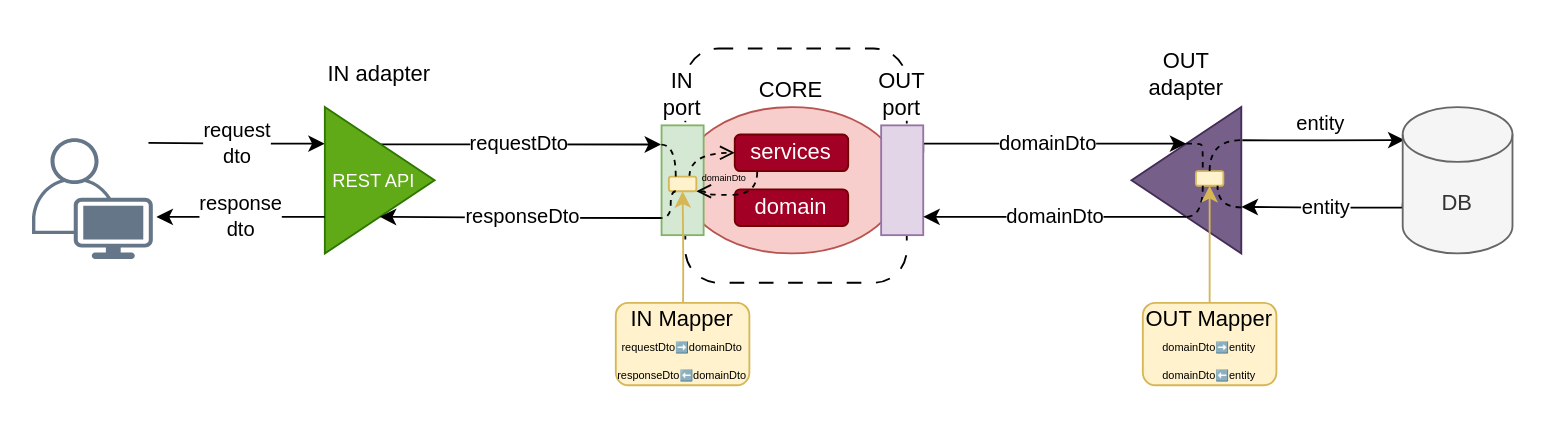
PreCyz/hexagonal keeps this draw.io diagram as diagrams/hexagonal.drawio. Above is the earlier version. Source tidied: cells renumbered, new cells numbered last; positions are measured from the earlier drawing's top-left corner, leaving out a move shared by most shapes. Both pictures are drawn from the tidied source at 183%, with x=0, y=0 at pixel (31, 48).
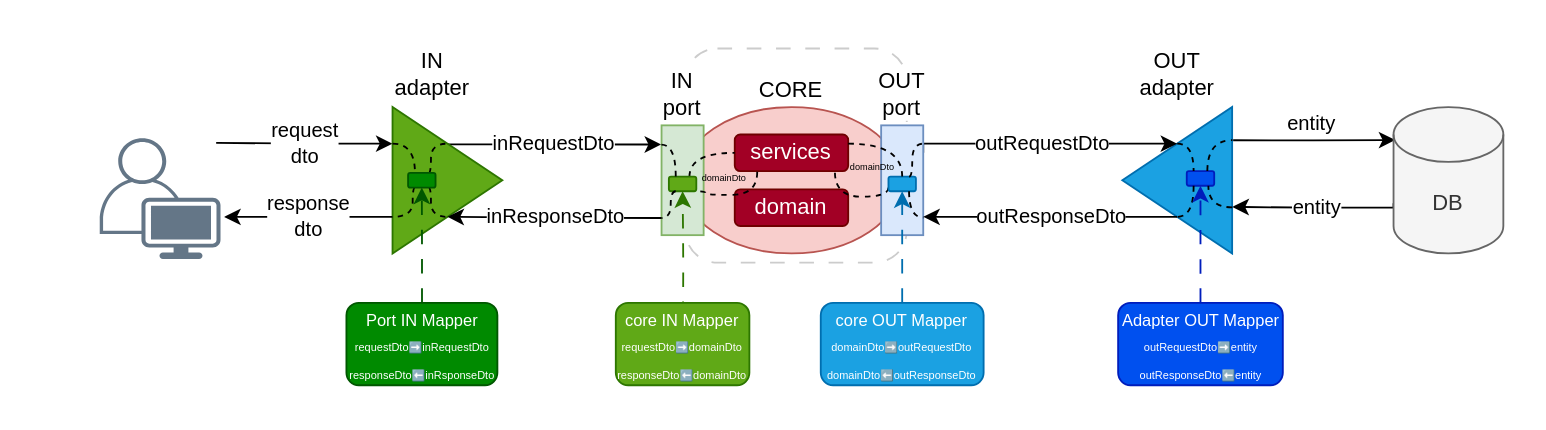
After the change.

The change refers to these unchanged cells:
```xml
<mxCell id="7" value="IN port" style="rounded=0;whiteSpace=wrap;html=1;verticalAlign=bottom;labelPosition=center;verticalLabelPosition=top;align=center;fillColor=#d5e8d4;strokeColor=#82b366;labelBackgroundColor=default;" parent="1" vertex="1">
  <mxGeometry x="344" y="42" width="23" height="60" as="geometry" />
</mxCell>
<mxCell id="17" value="services" style="rounded=1;whiteSpace=wrap;html=1;fillColor=#a20025;fontColor=#ffffff;strokeColor=#6F0000;" parent="1" vertex="1">
  <mxGeometry x="384" y="47" width="62" height="20" as="geometry" />
</mxCell>
```

What changed in the source:
```diff
@@
+    <mxCell id="37" style="rounded=0;whiteSpace=wrap;html=1;strokeColor=none;" parent="1" vertex="1">
+      <mxGeometry x="30" y="-9" width="781" height="201" as="geometry" />
+    </mxCell>
-    <mxCell id="2" style="rounded=1;whiteSpace=wrap;html=1;dashed=1;dashPattern=8 8;" parent="1" vertex="1">
-      <mxGeometry x="357" width="121" height="128" as="geometry" />
+    <mxCell id="2" style="rounded=1;whiteSpace=wrap;html=1;dashed=1;dashPattern=8 8;strokeColor=#CCCCCC;" parent="1" vertex="1">
+      <mxGeometry x="357" width="121" height="117" as="geometry" />
     </mxCell>
@@
-    <mxCell id="4" value="requestDto" style="edgeStyle=orthogonalEdgeStyle;rounded=0;jettySize=auto;html=1;entryX=-0.009;entryY=0.174;entryDx=0;entryDy=0;exitX=0.5;exitY=0;exitDx=0;exitDy=0;entryPerimeter=0;" parent="1" edge="1" source="5" target="7">
+    <mxCell id="4" value="inRequestDto" style="edgeStyle=orthogonalEdgeStyle;rounded=0;jettySize=auto;html=1;entryX=-0.009;entryY=0.174;entryDx=0;entryDy=0;exitX=0.5;exitY=0;exitDx=0;exitDy=0;entryPerimeter=0;" parent="1" edge="1" source="5" target="7">
       <mxGeometry x="-0.01" relative="1" as="geometry">
         <Array as="points">
           <mxPoint x="344" y="52" />
         </Array>
       </mxGeometry>
     </mxCell>
-    <mxCell id="5" value="REST API" style="triangle;whiteSpace=wrap;html=1;fillColor=#60a917;strokeColor=#2D7600;verticalAlign=middle;labelPosition=center;verticalLabelPosition=middle;align=center;fontColor=#FFFFFF;fontSize=10;spacingLeft=-6;" parent="1" vertex="1">
-      <mxGeometry x="160" y="32" width="60" height="80" as="geometry" />
+    <mxCell id="5" style="triangle;whiteSpace=wrap;html=1;fillColor=#60a917;strokeColor=#2D7600;verticalAlign=middle;labelPosition=center;verticalLabelPosition=middle;align=center;fontColor=#FFFFFF;fontSize=10;spacingLeft=-6;" parent="1" vertex="1">
+      <mxGeometry x="197" y="32" width="60" height="80" as="geometry" />
     </mxCell>
@@
     <mxCell id="8" style="group;" parent="1" vertex="1">
-      <mxGeometry x="600.8" y="4" width="60" height="108" as="geometry" />
+      <mxGeometry x="595.8" y="4" width="60" height="108" as="geometry" />
     </mxCell>
-    <mxCell id="9" style="verticalLabelPosition=bottom;verticalAlign=top;html=1;shape=mxgraph.basic.acute_triangle;dx=0.5;rotation=270;horizontal=1;fillColor=#76608a;strokeColor=#432D57;fontColor=#ffffff;" parent="8" vertex="1">
+    <mxCell id="9" style="verticalLabelPosition=bottom;verticalAlign=top;html=1;shape=mxgraph.basic.acute_triangle;dx=0.5;rotation=270;horizontal=1;fillColor=#1ba1e2;strokeColor=#006EAF;fontColor=#ffffff;" parent="8" vertex="1">
       <mxGeometry x="-10" y="38" width="80" height="60" as="geometry" />
     </mxCell>
@@
-    <mxCell id="11" style="rounded=1;whiteSpace=wrap;html=1;fillColor=#fff2cc;strokeColor=#d6b656;" parent="8" vertex="1">
+    <mxCell id="11" style="rounded=1;whiteSpace=wrap;html=1;fillColor=#0050ef;strokeColor=#001DBC;fontColor=#ffffff;" parent="8" vertex="1">
       <mxGeometry x="35.2" y="63" width="15" height="8" as="geometry" />
     </mxCell>
-    <mxCell id="12" style="edgeStyle=orthogonalEdgeStyle;curved=1;rounded=0;jettySize=auto;html=1;exitX=0;exitY=0;exitDx=60;exitDy=30;exitPerimeter=0;entryX=0.25;entryY=0;entryDx=0;entryDy=0;dashed=1;endArrow=none;endFill=0;fontSize=6;" parent="8" edge="1" source="9" target="11">
-      <mxGeometry x="0.13" y="-4" relative="1" as="geometry">
-        <Array as="points">
-          <mxPoint x="38" y="48" />
-          <mxPoint x="39" y="49" />
-        </Array>
-      </mxGeometry>
+    <mxCell id="12" style="rounded=0;jettySize=auto;html=1;exitX=0;exitY=0;exitDx=60;exitDy=30;exitPerimeter=0;entryX=0.25;entryY=0;entryDx=0;entryDy=0;dashed=1;endArrow=none;endFill=0;fontSize=6;edgeStyle=orthogonalEdgeStyle;curved=1;" parent="8" edge="1" source="9" target="11">
+      <mxGeometry x="0.13" y="-4" relative="1" as="geometry" />
     </mxCell>
-    <mxCell id="13" style="edgeStyle=orthogonalEdgeStyle;rounded=0;jettySize=auto;html=1;exitX=0.5;exitY=0;exitDx=0;exitDy=0;entryX=0.774;entryY=1.002;entryDx=0;entryDy=0;entryPerimeter=0;curved=1;dashed=1;endArrow=none;endFill=0;" parent="8" edge="1" source="11" target="9">
+    <mxCell id="13" style="edgeStyle=orthogonalEdgeStyle;rounded=0;jettySize=auto;html=1;exitX=0.75;exitY=0;exitDx=0;exitDy=0;entryX=0.774;entryY=1.002;entryDx=0;entryDy=0;entryPerimeter=0;dashed=1;endArrow=none;endFill=0;elbow=vertical;curved=1;" parent="8" edge="1" source="11" target="9">
       <mxGeometry relative="1" as="geometry">
         <Array as="points">
-          <mxPoint x="43" y="46" />
-          <mxPoint x="60" y="46" />
+          <mxPoint x="46" y="46" />
         </Array>
       </mxGeometry>
     </mxCell>
@@
-    <mxCell id="16" value="domainDto" style="edgeStyle=orthogonalEdgeStyle;rounded=0;jettySize=auto;html=1;entryX=0;entryY=0;entryDx=60;entryDy=30;entryPerimeter=0;exitX=1;exitY=0.25;exitDx=0;exitDy=0;" parent="1" edge="1" source="33" target="9">
+    <mxCell id="16" value="outRequestDto" style="edgeStyle=orthogonalEdgeStyle;rounded=0;jettySize=auto;html=1;entryX=0;entryY=0;entryDx=60;entryDy=30;entryPerimeter=0;exitX=1;exitY=0.25;exitDx=0;exitDy=0;" parent="1" edge="1" source="33" target="9">
       <mxGeometry x="-0.02" relative="1" as="geometry">
         <Array as="points">
           <mxPoint x="487" y="52" />
         </Array>
       </mxGeometry>
     </mxCell>
@@
     <mxCell id="19" value="&lt;div&gt;&lt;span style=&quot;background-color: light-dark(#ffffff, var(--ge-dark-color, #121212)); color: light-dark(rgb(0, 0, 0), rgb(255, 255, 255));&quot;&gt;entity&lt;/span&gt;&lt;/div&gt;" style="edgeStyle=orthogonalEdgeStyle;rounded=0;jettySize=auto;html=1;exitX=0.773;exitY=1.009;exitDx=0;exitDy=0;exitPerimeter=0;" parent="1" edge="1" source="9">
       <mxGeometry x="-0.02" y="9" relative="1" as="geometry">
-        <mxPoint x="750" y="50" as="targetPoint" />
+        <mxPoint x="745" y="50" as="targetPoint" />
         <Array as="points">
-          <mxPoint x="705" y="50" />
-          <mxPoint x="749" y="50" />
+          <mxPoint x="700" y="50" />
+          <mxPoint x="744" y="50" />
         </Array>
       </mxGeometry>
     </mxCell>
-    <mxCell id="20" style="edgeStyle=orthogonalEdgeStyle;curved=1;rounded=0;jettySize=auto;html=1;entryX=0.5;entryY=1;entryDx=0;entryDy=0;fillColor=#fff2cc;strokeColor=#d6b656;exitX=0.5;exitY=0;exitDx=0;exitDy=0;" parent="1" edge="1" source="21" target="25">
+    <mxCell id="20" style="edgeStyle=orthogonalEdgeStyle;curved=1;rounded=0;jettySize=auto;html=1;entryX=0.5;entryY=1;entryDx=0;entryDy=0;fillColor=#60a917;strokeColor=#2D7600;exitX=0.5;exitY=0;exitDx=0;exitDy=0;dashed=1;dashPattern=8 8;" parent="1" edge="1" source="21" target="25">
       <mxGeometry relative="1" as="geometry">
         <Array as="points">
           <mxPoint x="356" y="162" />
           <mxPoint x="356" y="162" />
           <mxPoint x="356" y="117" />
           <mxPoint x="356" y="117" />
         </Array>
       </mxGeometry>
     </mxCell>
-    <mxCell id="21" value="IN Mapper&lt;br&gt;&lt;span style=&quot;font-size: 6px; background-color: transparent; color: light-dark(rgb(0, 0, 0), rgb(255, 255, 255));&quot;&gt;requestDto➡️domainDto&lt;/span&gt;&lt;div&gt;&lt;span style=&quot;font-size: 6px;&quot;&gt;responseDto⬅️domainDto&lt;/span&gt;&lt;span style=&quot;font-size: 6px; background-color: transparent; color: light-dark(rgb(0, 0, 0), rgb(255, 255, 255));&quot;&gt;&lt;/span&gt;&lt;/div&gt;" style="rounded=1;whiteSpace=wrap;html=1;fillColor=#fff2cc;strokeColor=#d6b656;" parent="1" vertex="1">
+    <mxCell id="21" value="&lt;font style=&quot;font-size: 9px;&quot;&gt;core IN Mapper&lt;/font&gt;&lt;br&gt;&lt;span style=&quot;font-size: 6px; background-color: transparent;&quot;&gt;&lt;font style=&quot;color: light-dark(rgb(255, 255, 255), rgb(255, 255, 255));&quot;&gt;requestDto&lt;/font&gt;&lt;/span&gt;&lt;span style=&quot;font-size: 6px; background-color: transparent; color: light-dark(rgb(0, 0, 0), rgb(255, 255, 255));&quot;&gt;➡️&lt;/span&gt;&lt;span style=&quot;font-size: 6px;&quot;&gt;&lt;font style=&quot;color: light-dark(rgb(255, 255, 255), rgb(255, 255, 255));&quot;&gt;domainDto&lt;/font&gt;&lt;/span&gt;&lt;div&gt;&lt;span style=&quot;font-size: 6px;&quot;&gt;responseDto⬅️domainDto&lt;/span&gt;&lt;span style=&quot;font-size: 6px; background-color: transparent; color: light-dark(rgb(0, 0, 0), rgb(255, 255, 255));&quot;&gt;&lt;/span&gt;&lt;/div&gt;" style="rounded=1;whiteSpace=wrap;html=1;fillColor=#60a917;strokeColor=#2D7600;fontColor=#ffffff;" parent="1" vertex="1">
       <mxGeometry x="319" y="139" width="73" height="45" as="geometry" />
     </mxCell>
-    <mxCell id="22" style="edgeStyle=orthogonalEdgeStyle;curved=1;rounded=0;jettySize=auto;html=1;entryX=0.5;entryY=1;entryDx=0;entryDy=0;fillColor=#fff2cc;strokeColor=#d6b656;exitX=0.5;exitY=0;exitDx=0;exitDy=0;" parent="1" edge="1" source="23" target="11">
+    <mxCell id="22" style="edgeStyle=orthogonalEdgeStyle;curved=1;rounded=0;jettySize=auto;html=1;entryX=0.5;entryY=1;entryDx=0;entryDy=0;fillColor=#0050ef;strokeColor=#001DBC;exitX=0.5;exitY=0;exitDx=0;exitDy=0;dashed=1;dashPattern=8 8;" parent="1" edge="1" source="23" target="11">
       <mxGeometry relative="1" as="geometry" />
     </mxCell>
-    <mxCell id="23" value="OUT Mapper&lt;div&gt;&lt;span style=&quot;font-size: 6px;&quot;&gt;domainDto➡️entity&lt;br&gt;&lt;/span&gt;&lt;span style=&quot;font-size: 6px;&quot;&gt;domainDto⬅️entity&lt;/span&gt;&lt;span style=&quot;font-size: 6px;&quot;&gt;&lt;/span&gt;&lt;/div&gt;" style="rounded=1;whiteSpace=wrap;html=1;fillColor=#fff2cc;strokeColor=#d6b656;" parent="1" vertex="1">
-      <mxGeometry x="607" y="139" width="73" height="45" as="geometry" />
+    <mxCell id="23" value="&lt;font style=&quot;font-size: 9px;&quot;&gt;Adapter OUT Mapper&lt;/font&gt;&lt;div&gt;&lt;span style=&quot;font-size: 6px;&quot;&gt;outRequestDto➡️entity&lt;br&gt;&lt;/span&gt;&lt;span style=&quot;font-size: 6px;&quot;&gt;outResponseDto⬅️entity&lt;/span&gt;&lt;span style=&quot;font-size: 6px;&quot;&gt;&lt;/span&gt;&lt;/div&gt;" style="rounded=1;whiteSpace=wrap;html=1;fillColor=#0050ef;strokeColor=#001DBC;fontColor=#ffffff;" parent="1" vertex="1">
+      <mxGeometry x="593.5" y="139" width="90" height="45" as="geometry" />
     </mxCell>
-    <mxCell id="24" value="domainDto" style="edgeStyle=orthogonalEdgeStyle;rounded=0;jettySize=auto;html=1;exitX=0.75;exitY=0;exitDx=0;exitDy=0;entryX=0;entryY=0.5;entryDx=0;entryDy=0;curved=1;dashed=1;endArrow=open;endFill=0;fontSize=5;labelBackgroundColor=none;" parent="1" edge="1" source="25" target="17">
+    <mxCell id="24" value="domainDto" style="edgeStyle=orthogonalEdgeStyle;rounded=0;jettySize=auto;html=1;exitX=0.75;exitY=0;exitDx=0;exitDy=0;entryX=0;entryY=0.5;entryDx=0;entryDy=0;curved=1;dashed=1;endArrow=none;endFill=0;fontSize=5;labelBackgroundColor=none;" parent="1" edge="1" source="25" target="17">
       <mxGeometry x="0.68" y="-13" relative="1" as="geometry">
         <Array as="points">
           <mxPoint x="359" y="57" />
         </Array>
       </mxGeometry>
     </mxCell>
-    <mxCell id="25" style="rounded=1;whiteSpace=wrap;html=1;fillColor=#fff2cc;strokeColor=#d6b656;" parent="1" vertex="1">
+    <mxCell id="25" style="rounded=1;whiteSpace=wrap;html=1;fillColor=#60a917;strokeColor=#2D7600;fontColor=#ffffff;" parent="1" vertex="1">
       <mxGeometry x="348" y="70" width="15" height="8" as="geometry" />
     </mxCell>
-    <mxCell id="26" value="IN adapter" style="text;html=1;whiteSpace=wrap;strokeColor=none;fillColor=none;align=center;verticalAlign=middle;rounded=0;" parent="1" vertex="1">
-      <mxGeometry x="160" y="4" width="60" height="19" as="geometry" />
+    <mxCell id="26" value="IN&lt;div&gt;adapter&lt;/div&gt;" style="text;html=1;whiteSpace=wrap;strokeColor=none;fillColor=none;align=center;verticalAlign=middle;rounded=0;" parent="1" vertex="1">
+      <mxGeometry x="189" y="4" width="60" height="19" as="geometry" />
     </mxCell>
     <mxCell id="27" style="points=[[0.35,0,0],[0.98,0.51,0],[1,0.71,0],[0.67,1,0],[0,0.795,0],[0,0.65,0]];verticalLabelPosition=bottom;sketch=0;html=1;verticalAlign=top;align=center;shape=mxgraph.cisco19.user;fillColor=#647687;strokeColor=#314354;fontColor=#ffffff;" parent="1" vertex="1">
-      <mxGeometry y="49" width="66" height="66" as="geometry" />
+      <mxGeometry x="37" y="49" width="66" height="66" as="geometry" />
     </mxCell>
@@
-    <mxCell id="29" style="edgeStyle=orthogonalEdgeStyle;rounded=0;jettySize=auto;html=1;exitX=0.198;exitY=1.018;exitDx=0;exitDy=0;curved=1;dashed=1;endArrow=open;endFill=0;exitPerimeter=0;entryX=1;entryY=1;entryDx=0;entryDy=0;" parent="1" edge="1" source="17" target="25">
+    <mxCell id="29" style="edgeStyle=orthogonalEdgeStyle;rounded=0;jettySize=auto;html=1;exitX=0.198;exitY=1.018;exitDx=0;exitDy=0;curved=1;dashed=1;endArrow=none;endFill=0;exitPerimeter=0;entryX=1;entryY=1;entryDx=0;entryDy=0;" parent="1" edge="1" source="17" target="25">
       <mxGeometry relative="1" as="geometry">
         <Array as="points">
           <mxPoint x="396" y="80" />
           <mxPoint x="368" y="80" />
           <mxPoint x="368" y="78" />
         </Array>
       </mxGeometry>
     </mxCell>
-    <mxCell id="30" value="responseDto" style="edgeStyle=orthogonalEdgeStyle;rounded=0;jettySize=auto;html=1;exitX=-0.002;exitY=0.844;exitDx=0;exitDy=0;entryX=0.5;entryY=1;entryDx=0;entryDy=0;exitPerimeter=0;" parent="1" edge="1" source="7" target="5">
+    <mxCell id="30" value="inResponseDto" style="edgeStyle=orthogonalEdgeStyle;rounded=0;jettySize=auto;html=1;exitX=-0.002;exitY=0.844;exitDx=0;exitDy=0;entryX=0.5;entryY=1;entryDx=0;entryDy=0;exitPerimeter=0;" parent="1" edge="1" source="7" target="5">
       <mxGeometry relative="1" as="geometry" />
     </mxCell>
@@
-    <mxCell id="33" value="OUT port" style="rounded=0;whiteSpace=wrap;html=1;verticalAlign=bottom;labelPosition=center;verticalLabelPosition=top;align=center;fillColor=#e1d5e7;strokeColor=#9673a6;labelBackgroundColor=default;" parent="1" vertex="1">
+    <mxCell id="33" value="OUT port" style="rounded=0;whiteSpace=wrap;html=1;verticalAlign=bottom;labelPosition=center;verticalLabelPosition=top;align=center;fillColor=#dae8fc;strokeColor=#6c8ebf;labelBackgroundColor=default;" parent="1" vertex="1">
       <mxGeometry x="464" y="42" width="23" height="60" as="geometry" />
     </mxCell>
-    <mxCell id="34" value="domainDto" style="edgeStyle=orthogonalEdgeStyle;rounded=0;jettySize=auto;html=1;exitX=0;exitY=0;exitDx=20;exitDy=30;exitPerimeter=0;" parent="1" edge="1" source="9">
+    <mxCell id="34" value="outResponseDto" style="edgeStyle=orthogonalEdgeStyle;rounded=0;jettySize=auto;html=1;exitX=0;exitY=0;exitDx=20;exitDy=30;exitPerimeter=0;" parent="1" edge="1" source="9">
       <mxGeometry relative="1" as="geometry">
         <mxPoint x="487" y="92" as="targetPoint" />
         <Array as="points">
           <mxPoint x="487" y="92" />
         </Array>
       </mxGeometry>
     </mxCell>
     <mxCell id="35" value="entity" style="edgeStyle=orthogonalEdgeStyle;rounded=0;jettySize=auto;html=1;exitX=0;exitY=0;exitDx=0;exitDy=52.5;exitPerimeter=0;entryX=0.318;entryY=1.002;entryDx=0;entryDy=0;entryPerimeter=0;" parent="1" edge="1" source="36" target="9">
       <mxGeometry relative="1" as="geometry">
         <Array as="points">
-          <mxPoint x="749" y="87" />
-          <mxPoint x="705" y="87" />
+          <mxPoint x="744" y="87" />
+          <mxPoint x="700" y="87" />
         </Array>
       </mxGeometry>
     </mxCell>
     <mxCell id="36" value="DB" style="shape=cylinder3;whiteSpace=wrap;html=1;boundedLbl=1;backgroundOutline=1;size=15;fillColor=#f5f5f5;fontColor=#333333;strokeColor=#666666;" parent="1" vertex="1">
-      <mxGeometry x="749" y="32" width="60" height="80" as="geometry" />
+      <mxGeometry x="744" y="32" width="60" height="80" as="geometry" />
     </mxCell>
+    <mxCell id="38" style="edgeStyle=orthogonalEdgeStyle;rounded=0;jettySize=auto;html=1;exitX=0;exitY=0.75;exitDx=0;exitDy=0;entryX=0.883;entryY=1.024;entryDx=0;entryDy=0;curved=1;dashed=1;endArrow=none;endFill=0;fontSize=5;labelBackgroundColor=none;entryPerimeter=0;" parent="1" edge="1" source="39" target="17">
+      <mxGeometry x="-1" y="-16" relative="1" as="geometry">
+        <Array as="points">
+          <mxPoint x="468" y="81" />
+          <mxPoint x="439" y="81" />
+          <mxPoint x="439" y="67" />
+        </Array>
+        <mxPoint x="5" y="-12" as="offset" />
+      </mxGeometry>
+    </mxCell>
+    <mxCell id="39" style="rounded=1;whiteSpace=wrap;html=1;fillColor=#1ba1e2;strokeColor=#006EAF;fontColor=#ffffff;" parent="1" vertex="1">
+      <mxGeometry x="468" y="70" width="15" height="8" as="geometry" />
+    </mxCell>
+    <mxCell id="40" value="domainDto" style="edgeStyle=orthogonalEdgeStyle;rounded=0;jettySize=auto;html=1;exitX=1;exitY=0.25;exitDx=0;exitDy=0;entryX=0.5;entryY=0;entryDx=0;entryDy=0;curved=1;dashed=1;endArrow=none;endFill=0;fontSize=5;labelBackgroundColor=none;" parent="1" edge="1" source="17" target="39">
+      <mxGeometry x="-0.45" y="-12" relative="1" as="geometry" />
+    </mxCell>
+    <mxCell id="41" style="edgeStyle=orthogonalEdgeStyle;rounded=0;jettySize=auto;html=1;exitX=0.75;exitY=0;exitDx=0;exitDy=0;entryX=1.002;entryY=0.167;entryDx=0;entryDy=0;entryPerimeter=0;endArrow=none;endFill=0;curved=1;dashed=1;" parent="1" edge="1" source="39" target="33">
+      <mxGeometry relative="1" as="geometry">
+        <Array as="points">
+          <mxPoint x="481" y="70" />
+          <mxPoint x="481" y="52" />
+        </Array>
+      </mxGeometry>
+    </mxCell>
+    <mxCell id="42" style="edgeStyle=orthogonalEdgeStyle;rounded=0;jettySize=auto;html=1;exitX=0.75;exitY=1;exitDx=0;exitDy=0;entryX=1.002;entryY=0.84;entryDx=0;entryDy=0;entryPerimeter=0;endArrow=none;endFill=0;dashed=1;curved=1;" parent="1" edge="1" source="39" target="33">
+      <mxGeometry relative="1" as="geometry">
+        <Array as="points">
+          <mxPoint x="479" y="92" />
+        </Array>
+      </mxGeometry>
+    </mxCell>
+    <mxCell id="43" style="edgeStyle=orthogonalEdgeStyle;rounded=0;jettySize=auto;html=1;fillColor=#1ba1e2;strokeColor=#006EAF;dashed=1;dashPattern=8 8;" parent="1" edge="1" source="44" target="39">
+      <mxGeometry relative="1" as="geometry" />
+    </mxCell>
+    <mxCell id="44" value="&lt;font style=&quot;font-size: 9px;&quot;&gt;core OUT Mapper&lt;/font&gt;&lt;div&gt;&lt;span style=&quot;font-size: 6px;&quot;&gt;domainDto➡️&lt;/span&gt;&lt;span style=&quot;font-size: 6px;&quot;&gt;outRequestDto&lt;/span&gt;&lt;span style=&quot;font-size: 6px;&quot;&gt;&lt;br&gt;&lt;/span&gt;&lt;span style=&quot;font-size: 6px;&quot;&gt;domainDto⬅️&lt;/span&gt;&lt;span style=&quot;font-size: 6px;&quot;&gt;&lt;/span&gt;&lt;span style=&quot;font-size: 6px; background-color: transparent; color: light-dark(rgb(255, 255, 255), rgb(18, 18, 18));&quot;&gt;outResponseDto&lt;/span&gt;&lt;/div&gt;" style="rounded=1;whiteSpace=wrap;html=1;fillColor=#1ba1e2;strokeColor=#006EAF;fontColor=#ffffff;" parent="1" vertex="1">
+      <mxGeometry x="431" y="139" width="89" height="45" as="geometry" />
+    </mxCell>
+    <mxCell id="45" style="edgeStyle=orthogonalEdgeStyle;rounded=0;jettySize=auto;html=1;exitX=0.75;exitY=1;exitDx=0;exitDy=0;entryX=0.5;entryY=1;entryDx=0;entryDy=0;endArrow=none;endFill=0;dashed=1;curved=1;" parent="1" edge="1" source="48" target="5">
+      <mxGeometry relative="1" as="geometry">
+        <Array as="points">
+          <mxPoint x="218" y="76" />
+          <mxPoint x="218" y="92" />
+        </Array>
+      </mxGeometry>
+    </mxCell>
+    <mxCell id="46" style="edgeStyle=orthogonalEdgeStyle;rounded=0;jettySize=auto;html=1;exitX=0.75;exitY=0;exitDx=0;exitDy=0;entryX=0.5;entryY=0;entryDx=0;entryDy=0;endArrow=none;endFill=0;dashed=1;curved=1;" parent="1" edge="1" source="48" target="5">
+      <mxGeometry relative="1" as="geometry">
+        <Array as="points">
+          <mxPoint x="218" y="68" />
+          <mxPoint x="218" y="52" />
+        </Array>
+      </mxGeometry>
+    </mxCell>
+    <mxCell id="47" style="edgeStyle=orthogonalEdgeStyle;rounded=0;jettySize=auto;html=1;exitX=0.25;exitY=1;exitDx=0;exitDy=0;entryX=0;entryY=0.75;entryDx=0;entryDy=0;dashed=1;endArrow=none;endFill=0;curved=1;" parent="1" edge="1" source="48" target="5">
+      <mxGeometry relative="1" as="geometry">
+        <Array as="points">
+          <mxPoint x="208" y="76" />
+          <mxPoint x="208" y="92" />
+        </Array>
+      </mxGeometry>
+    </mxCell>
+    <mxCell id="48" style="rounded=1;whiteSpace=wrap;html=1;fillColor=#008a00;strokeColor=#005700;fontColor=#ffffff;" parent="1" vertex="1">
+      <mxGeometry x="205.5" y="68" width="15" height="8" as="geometry" />
+    </mxCell>
+    <mxCell id="49" style="edgeStyle=orthogonalEdgeStyle;rounded=0;jettySize=auto;html=1;entryX=0.5;entryY=1;entryDx=0;entryDy=0;fillColor=#008a00;strokeColor=#005700;dashed=1;dashPattern=8 8;" parent="1" edge="1" source="50" target="48">
+      <mxGeometry relative="1" as="geometry" />
+    </mxCell>
+    <mxCell id="50" value="&lt;font style=&quot;font-size: 9px;&quot;&gt;Port IN Mapper&lt;/font&gt;&lt;br&gt;&lt;span style=&quot;font-size: 6px; background-color: transparent;&quot;&gt;&lt;font style=&quot;color: light-dark(rgb(255, 255, 255), rgb(255, 255, 255));&quot;&gt;requestDto&lt;/font&gt;&lt;/span&gt;&lt;span style=&quot;font-size: 6px; background-color: transparent; color: light-dark(rgb(0, 0, 0), rgb(255, 255, 255));&quot;&gt;➡️&lt;/span&gt;&lt;span style=&quot;font-size: 6px;&quot;&gt;&lt;font style=&quot;color: light-dark(rgb(255, 255, 255), rgb(255, 255, 255));&quot;&gt;inRequestDto&lt;/font&gt;&lt;/span&gt;&lt;div&gt;&lt;span style=&quot;font-size: 6px;&quot;&gt;responseDto⬅️&lt;/span&gt;&lt;span style=&quot;font-size: 6px; background-color: transparent; color: light-dark(rgb(0, 0, 0), rgb(255, 255, 255));&quot;&gt;&lt;/span&gt;&lt;span style=&quot;font-size: 6px; background-color: transparent; color: light-dark(rgb(255, 255, 255), rgb(18, 18, 18));&quot;&gt;inRsponseDto&lt;/span&gt;&lt;/div&gt;" style="rounded=1;whiteSpace=wrap;html=1;fillColor=#008a00;strokeColor=#005700;fontColor=#ffffff;" parent="1" vertex="1">
+      <mxGeometry x="171.8" y="139" width="82.5" height="45" as="geometry" />
+    </mxCell>
+    <mxCell id="51" style="edgeStyle=orthogonalEdgeStyle;rounded=0;jettySize=auto;html=1;exitX=0;exitY=0.25;exitDx=0;exitDy=0;entryX=0.25;entryY=0;entryDx=0;entryDy=0;curved=1;dashed=1;endArrow=none;endFill=0;" parent="1" edge="1" source="5" target="48">
+      <mxGeometry relative="1" as="geometry" />
+    </mxCell>
```
